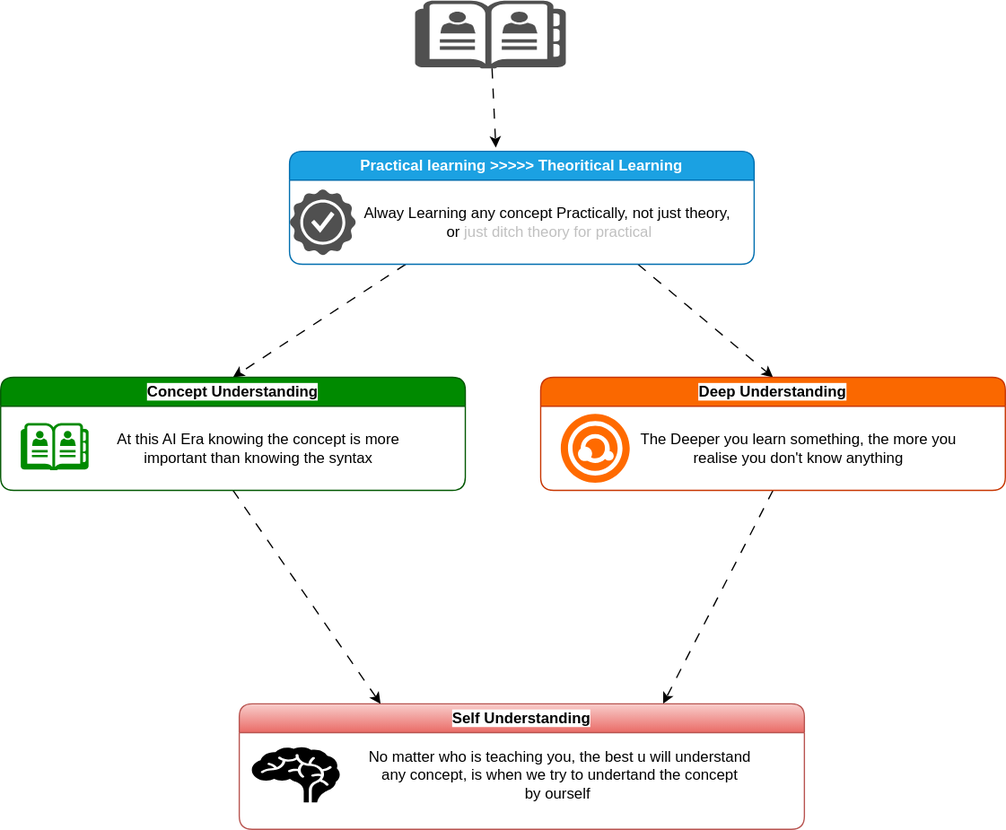
Before: project/assets/concept.svg, a diagram exported from draw.io (knkrn5/Programming-Concepts). Source tidied: cells renumbered, new cells last; positions are measured from the earlier drawing's top-left corner, leaving out a move shared by most shapes. Its diagram source:
```xml
<mxGraphModel>
  <root>
    <mxCell id="0" />
    <mxCell id="1" parent="0" />
    <mxCell id="2" style="sketch=0;shadow=0;dashed=0;html=1;strokeColor=none;fillColor=#505050;labelPosition=center;verticalLabelPosition=bottom;verticalAlign=top;outlineConnect=0;align=center;shape=mxgraph.office.concepts.address_book;" parent="1" vertex="1">
      <mxGeometry x="330" width="120" height="54" as="geometry" />
    </mxCell>
    <mxCell id="3" style="edgeStyle=none;html=1;exitX=0.25;exitY=1;exitDx=0;exitDy=0;entryX=0.5;entryY=0;entryDx=0;entryDy=0;flowAnimation=1;" parent="1" edge="1" source="5" target="16">
      <mxGeometry relative="1" as="geometry" />
    </mxCell>
    <mxCell id="4" style="edgeStyle=none;html=1;exitX=0.75;exitY=1;exitDx=0;exitDy=0;entryX=0.5;entryY=0;entryDx=0;entryDy=0;flowAnimation=1;" parent="1" edge="1" source="5" target="9">
      <mxGeometry relative="1" as="geometry" />
    </mxCell>
    <mxCell id="5" value="&lt;span style=&quot;text-wrap-mode: nowrap;&quot;&gt;&lt;font style=&quot;color: light-dark(rgb(255, 255, 255), rgb(0, 0, 0));&quot;&gt;Practical learning &amp;gt;&amp;gt;&amp;gt;&amp;gt;&amp;gt; Theoritical Learning&lt;/font&gt;&lt;/span&gt;" style="swimlane;whiteSpace=wrap;html=1;rounded=1;fillColor=#1ba1e2;fontColor=#ffffff;strokeColor=#006EAF;" parent="1" vertex="1">
      <mxGeometry x="230" y="120" width="370" height="90" as="geometry" />
    </mxCell>
    <mxCell id="6" style="sketch=0;shadow=0;dashed=0;html=1;strokeColor=none;fillColor=#505050;labelPosition=center;verticalLabelPosition=bottom;verticalAlign=top;align=center;shape=mxgraph.office.concepts.best_practices;" parent="5" vertex="1">
      <mxGeometry y="30" width="53" height="53" as="geometry" />
    </mxCell>
    <mxCell id="7" value="Alway Learning any concept Practically, not just theory,&lt;div&gt;&amp;nbsp;&lt;font style=&quot;color: light-dark(rgb(0, 0, 0), rgb(255, 255, 255));&quot;&gt;or&lt;/font&gt;&amp;nbsp;&lt;span style=&quot;background-color: transparent;&quot;&gt;&lt;font style=&quot;color: light-dark(rgb(192, 192, 192), rgb(255, 255, 255));&quot;&gt;just ditch theory for practical&lt;/font&gt;&lt;/span&gt;&lt;/div&gt;" style="text;html=1;align=center;verticalAlign=middle;strokeColor=none;fillColor=none;" parent="5" vertex="1">
      <mxGeometry x="45" y="36.5" width="320" height="40" as="geometry" />
    </mxCell>
    <mxCell id="8" style="edgeStyle=none;html=1;exitX=0.5;exitY=1;exitDx=0;exitDy=0;entryX=0.75;entryY=0;entryDx=0;entryDy=0;flowAnimation=1;" parent="1" edge="1" source="9" target="12">
      <mxGeometry relative="1" as="geometry" />
    </mxCell>
    <mxCell id="9" value="&lt;font style=&quot;color: light-dark(rgb(0, 0, 0), rgb(255, 255, 255));&quot;&gt;&lt;span style=&quot;text-wrap-mode: nowrap; background-color: light-dark(#ffffff, var(--ge-dark-color, #121212));&quot;&gt;Deep Understanding&lt;/span&gt;&lt;/font&gt;" style="swimlane;whiteSpace=wrap;html=1;rounded=1;fillColor=#fa6800;fontColor=#000000;strokeColor=#C73500;" parent="1" vertex="1">
      <mxGeometry x="430" y="300" width="370" height="90" as="geometry" />
    </mxCell>
    <mxCell id="10" value="The Deeper you learn something, the more you&lt;div&gt;&lt;font style=&quot;color: light-dark(rgb(0, 0, 0), rgb(255, 255, 255));&quot;&gt;realise you don't know anything&lt;/font&gt;&lt;/div&gt;" style="text;html=1;align=center;verticalAlign=middle;strokeColor=none;fillColor=none;" parent="9" vertex="1">
      <mxGeometry x="70" y="36.5" width="270" height="40" as="geometry" />
    </mxCell>
    <mxCell id="11" style="html=1;align=center;shadow=0;dashed=0;fillColor=#FF6A00;strokeColor=none;shape=mxgraph.alibaba_cloud.avds_vulnerability_db_scanning;" parent="9" vertex="1">
      <mxGeometry x="16" y="29.1" width="54.9" height="54.9" as="geometry" />
    </mxCell>
    <mxCell id="12" value="&lt;font style=&quot;color: light-dark(rgb(0, 0, 0), rgb(255, 255, 255));&quot;&gt;&lt;span style=&quot;text-wrap-mode: nowrap; background-color: light-dark(#ffffff, var(--ge-dark-color, #121212));&quot;&gt;Self Understanding&lt;/span&gt;&lt;/font&gt;" style="swimlane;whiteSpace=wrap;html=1;rounded=1;fillColor=#f8cecc;strokeColor=#b85450;gradientColor=#ea6b66;" parent="1" vertex="1">
      <mxGeometry x="190" y="560" width="450" height="100" as="geometry" />
    </mxCell>
    <mxCell id="13" value="No matter who is teaching you, the best u will understand&lt;div&gt;any concept, is when we try to undertand the concept&lt;/div&gt;&lt;div&gt;by ourself&amp;nbsp;&lt;/div&gt;" style="text;html=1;align=center;verticalAlign=middle;strokeColor=none;fillColor=none;" parent="12" vertex="1">
      <mxGeometry x="90" y="26.5" width="330" height="60" as="geometry" />
    </mxCell>
    <mxCell id="14" style="shape=mxgraph.signs.healthcare.brain;html=1;fillColor=light-dark(#000000,#00FFFF);strokeColor=none;verticalLabelPosition=bottom;verticalAlign=top;align=center;" parent="12" vertex="1">
      <mxGeometry x="10" y="34.5" width="70" height="44" as="geometry" />
    </mxCell>
    <mxCell id="15" style="edgeStyle=none;html=1;exitX=0.5;exitY=1;exitDx=0;exitDy=0;entryX=0.25;entryY=0;entryDx=0;entryDy=0;flowAnimation=1;" parent="1" edge="1" source="16" target="12">
      <mxGeometry relative="1" as="geometry" />
    </mxCell>
    <mxCell id="16" value="&lt;font style=&quot;color: light-dark(rgb(0, 0, 0), rgb(255, 255, 255));&quot;&gt;&lt;span style=&quot;text-wrap-mode: nowrap; background-color: light-dark(#ffffff, var(--ge-dark-color, #121212));&quot;&gt;Concept Understanding&lt;/span&gt;&lt;/font&gt;" style="swimlane;whiteSpace=wrap;html=1;rounded=1;fillColor=#008a00;fontColor=#ffffff;strokeColor=#005700;" parent="1" vertex="1">
      <mxGeometry y="300" width="370" height="90" as="geometry" />
    </mxCell>
    <mxCell id="17" value="At this AI Era knowing the concept is more&lt;div&gt;&lt;font style=&quot;color: light-dark(rgb(0, 0, 0), rgb(255, 255, 255));&quot;&gt;important than knowing the syntax&lt;/font&gt;&lt;/div&gt;" style="text;html=1;align=center;verticalAlign=middle;strokeColor=none;fillColor=none;" parent="16" vertex="1">
      <mxGeometry x="80" y="36.5" width="250" height="40" as="geometry" />
    </mxCell>
    <mxCell id="18" style="sketch=0;shadow=0;dashed=0;html=1;strokeColor=none;fillColor=#008a00;labelPosition=center;verticalLabelPosition=bottom;verticalAlign=top;align=center;shape=mxgraph.office.concepts.address_book;" parent="16" vertex="1">
      <mxGeometry x="16" y="36.5" width="54" height="37.5" as="geometry" />
    </mxCell>
    <mxCell id="19" style="endArrow=classic;html=1;entryX=0.444;entryY=-0.033;entryDx=0;entryDy=0;entryPerimeter=0;flowAnimation=1;" parent="1" edge="1" source="2" target="5">
      <mxGeometry relative="1" as="geometry" />
    </mxCell>
  </root>
</mxGraphModel>
```
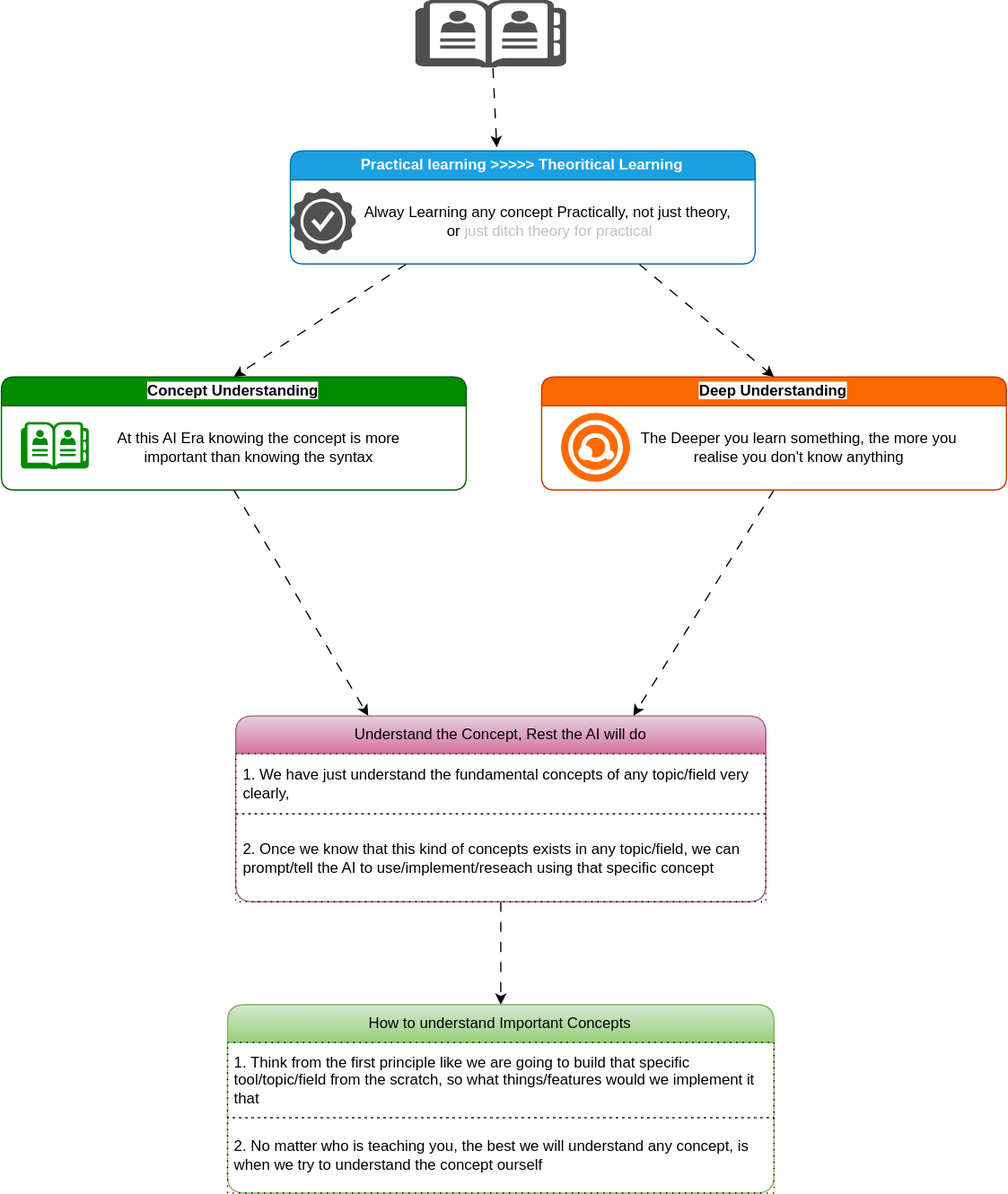
Later version of the same file.

Change to the diagram source:
```diff
@@ -20,7 +20,7 @@
     <mxCell id="7" value="Alway Learning any concept Practically, not just theory,&lt;div&gt;&amp;nbsp;&lt;font style=&quot;color: light-dark(rgb(0, 0, 0), rgb(255, 255, 255));&quot;&gt;or&lt;/font&gt;&amp;nbsp;&lt;span style=&quot;background-color: transparent;&quot;&gt;&lt;font style=&quot;color: light-dark(rgb(192, 192, 192), rgb(255, 255, 255));&quot;&gt;just ditch theory for practical&lt;/font&gt;&lt;/span&gt;&lt;/div&gt;" style="text;html=1;align=center;verticalAlign=middle;strokeColor=none;fillColor=none;" parent="5" vertex="1">
       <mxGeometry x="45" y="36.5" width="320" height="40" as="geometry" />
     </mxCell>
-    <mxCell id="8" style="edgeStyle=none;html=1;exitX=0.5;exitY=1;exitDx=0;exitDy=0;entryX=0.75;entryY=0;entryDx=0;entryDy=0;flowAnimation=1;" parent="1" edge="1" source="9" target="12">
+    <mxCell id="8" style="edgeStyle=none;html=1;exitX=0.5;exitY=1;exitDx=0;exitDy=0;entryX=0.75;entryY=0;entryDx=0;entryDy=0;flowAnimation=1;" parent="1" edge="1" source="9" target="21">
       <mxGeometry relative="1" as="geometry" />
     </mxCell>
     <mxCell id="9" value="&lt;font style=&quot;color: light-dark(rgb(0, 0, 0), rgb(255, 255, 255));&quot;&gt;&lt;span style=&quot;text-wrap-mode: nowrap; background-color: light-dark(#ffffff, var(--ge-dark-color, #121212));&quot;&gt;Deep Understanding&lt;/span&gt;&lt;/font&gt;" style="swimlane;whiteSpace=wrap;html=1;rounded=1;fillColor=#fa6800;fontColor=#000000;strokeColor=#C73500;" parent="1" vertex="1">
@@ -32,16 +32,7 @@
     <mxCell id="11" style="html=1;align=center;shadow=0;dashed=0;fillColor=#FF6A00;strokeColor=none;shape=mxgraph.alibaba_cloud.avds_vulnerability_db_scanning;" parent="9" vertex="1">
       <mxGeometry x="16" y="29.1" width="54.9" height="54.9" as="geometry" />
     </mxCell>
-    <mxCell id="12" value="&lt;font style=&quot;color: light-dark(rgb(0, 0, 0), rgb(255, 255, 255));&quot;&gt;&lt;span style=&quot;text-wrap-mode: nowrap; background-color: light-dark(#ffffff, var(--ge-dark-color, #121212));&quot;&gt;Self Understanding&lt;/span&gt;&lt;/font&gt;" style="swimlane;whiteSpace=wrap;html=1;rounded=1;fillColor=#f8cecc;strokeColor=#b85450;gradientColor=#ea6b66;" parent="1" vertex="1">
-      <mxGeometry x="190" y="560" width="450" height="100" as="geometry" />
-    </mxCell>
-    <mxCell id="13" value="No matter who is teaching you, the best u will understand&lt;div&gt;any concept, is when we try to undertand the concept&lt;/div&gt;&lt;div&gt;by ourself&amp;nbsp;&lt;/div&gt;" style="text;html=1;align=center;verticalAlign=middle;strokeColor=none;fillColor=none;" parent="12" vertex="1">
-      <mxGeometry x="90" y="26.5" width="330" height="60" as="geometry" />
-    </mxCell>
-    <mxCell id="14" style="shape=mxgraph.signs.healthcare.brain;html=1;fillColor=light-dark(#000000,#00FFFF);strokeColor=none;verticalLabelPosition=bottom;verticalAlign=top;align=center;" parent="12" vertex="1">
-      <mxGeometry x="10" y="34.5" width="70" height="44" as="geometry" />
-    </mxCell>
-    <mxCell id="15" style="edgeStyle=none;html=1;exitX=0.5;exitY=1;exitDx=0;exitDy=0;entryX=0.25;entryY=0;entryDx=0;entryDy=0;flowAnimation=1;" parent="1" edge="1" source="16" target="12">
+    <mxCell id="15" style="edgeStyle=none;html=1;exitX=0.5;exitY=1;exitDx=0;exitDy=0;entryX=0.25;entryY=0;entryDx=0;entryDy=0;flowAnimation=1;" parent="1" edge="1" source="16" target="21">
       <mxGeometry relative="1" as="geometry" />
     </mxCell>
     <mxCell id="16" value="&lt;font style=&quot;color: light-dark(rgb(0, 0, 0), rgb(255, 255, 255));&quot;&gt;&lt;span style=&quot;text-wrap-mode: nowrap; background-color: light-dark(#ffffff, var(--ge-dark-color, #121212));&quot;&gt;Concept Understanding&lt;/span&gt;&lt;/font&gt;" style="swimlane;whiteSpace=wrap;html=1;rounded=1;fillColor=#008a00;fontColor=#ffffff;strokeColor=#005700;" parent="1" vertex="1">
@@ -56,5 +47,26 @@
     <mxCell id="19" style="endArrow=classic;html=1;entryX=0.444;entryY=-0.033;entryDx=0;entryDy=0;entryPerimeter=0;flowAnimation=1;" parent="1" edge="1" source="2" target="5">
       <mxGeometry relative="1" as="geometry" />
     </mxCell>
+    <mxCell id="20" style="edgeStyle=none;html=1;exitX=0.5;exitY=1;exitDx=0;exitDy=0;entryX=0.5;entryY=0;entryDx=0;entryDy=0;flowAnimation=1;" parent="1" edge="1" source="21" target="24">
+      <mxGeometry relative="1" as="geometry" />
+    </mxCell>
+    <mxCell id="21" value="Understand the Concept, Rest the AI will do" style="swimlane;fontStyle=0;horizontal=1;startSize=30;whiteSpace=wrap;html=1;rounded=1;fillColor=#e6d0de;gradientColor=#d5739d;strokeColor=#996185;" parent="1" vertex="1">
+      <mxGeometry x="186.5" y="570" width="422" height="148" as="geometry" />
+    </mxCell>
+    <mxCell id="22" value="&lt;span style=&quot;color: light-dark(rgb(0, 0, 0), rgb(255, 255, 255));&quot;&gt;1. We have just &lt;span style=&quot;background-color: light-dark(rgb(255, 255, 255), rgb(102, 51, 0));&quot;&gt;understand the fundamental concepts of any topic/field&lt;/span&gt; very clearly,&amp;nbsp;&lt;/span&gt;" style="text;strokeColor=default;fillColor=none;align=left;verticalAlign=middle;spacingLeft=4;spacingRight=4;overflow=hidden;whiteSpace=wrap;html=1;dashed=1;dashPattern=1 4;" parent="21" vertex="1">
+      <mxGeometry y="30" width="422" height="48" as="geometry" />
+    </mxCell>
+    <mxCell id="23" value="2. Once we know that this kind of concepts exists in any topic/field, we can &lt;span style=&quot;background-color: light-dark(rgb(255, 255, 255), rgb(102, 0, 51));&quot;&gt;prompt/tell the AI to use/implement/reseach using that specific concept&lt;/span&gt;" style="text;strokeColor=default;fillColor=none;align=left;verticalAlign=middle;spacingLeft=4;spacingRight=4;overflow=hidden;whiteSpace=wrap;html=1;dashed=1;dashPattern=1 4;" parent="21" vertex="1">
+      <mxGeometry y="78" width="422" height="70" as="geometry" />
+    </mxCell>
+    <mxCell id="24" value="How to understand Important Concepts" style="swimlane;fontStyle=0;horizontal=1;startSize=30;whiteSpace=wrap;html=1;rounded=1;fillColor=#d5e8d4;gradientColor=#97d077;strokeColor=#82b366;" parent="1" vertex="1">
+      <mxGeometry x="180" y="800" width="435" height="150" as="geometry" />
+    </mxCell>
+    <mxCell id="25" value="1. Think from the first principle like we are going to build that specific tool/topic/field from the scratch, so what things/features would we implement it that" style="text;strokeColor=default;fillColor=none;align=left;verticalAlign=middle;spacingLeft=4;spacingRight=4;overflow=hidden;whiteSpace=wrap;html=1;dashed=1;dashPattern=1 4;" parent="24" vertex="1">
+      <mxGeometry y="30" width="435" height="60" as="geometry" />
+    </mxCell>
+    <mxCell id="26" value="2. No matter who is teaching you, the &lt;span style=&quot;background-color: light-dark(rgb(255, 255, 255), rgb(102, 0, 51));&quot;&gt;best we will understand any concept, is when we try to understand the concept ourself&lt;/span&gt;" style="text;strokeColor=default;fillColor=none;align=left;verticalAlign=middle;spacingLeft=4;spacingRight=4;overflow=hidden;whiteSpace=wrap;html=1;dashed=1;dashPattern=1 4;" parent="24" vertex="1">
+      <mxGeometry y="90" width="435" height="60" as="geometry" />
+    </mxCell>
   </root>
 </mxGraphModel>
```
